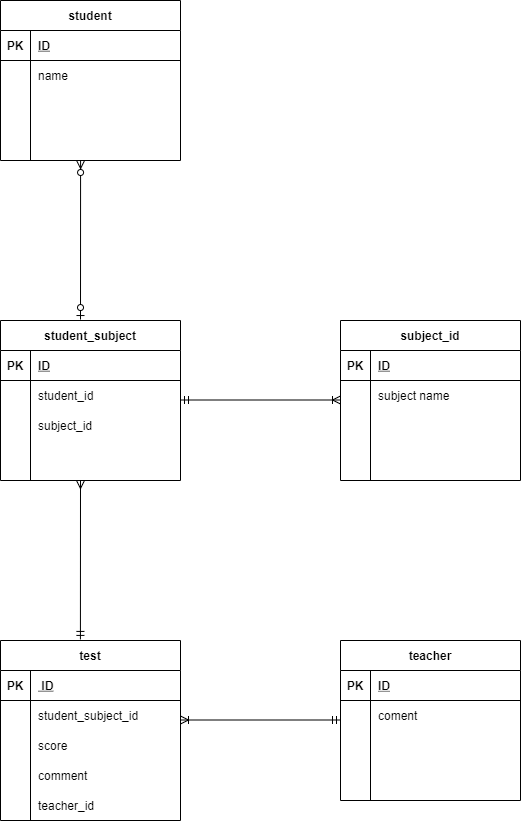
This is 20210716_02ogaki.drawio.png from ryo0709/20210716ogaki, a draw.io export, as it was before one commit. Source tidied: cells renumbered, new cells last; positions are measured from the earlier drawing's top-left corner, leaving out a move shared by most shapes.
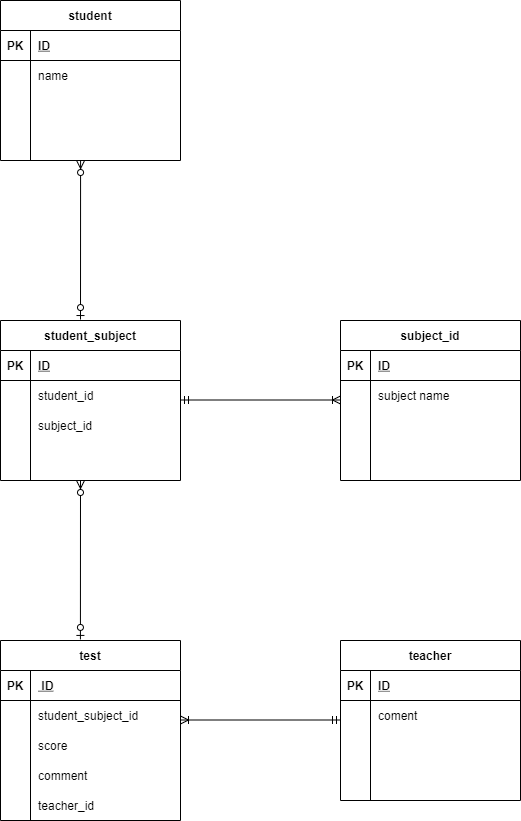
The same file after the commit.

Diff of the diagram source:
```diff
@@ -209,7 +209,7 @@
         <mxPoint x="340" y="719.5" as="targetPoint" />
       </mxGeometry>
     </mxCell>
-    <mxCell id="69" style="endArrow=ERmandOne;html=1;rounded=0;entryX=0.444;entryY=-0.006;entryDx=0;entryDy=0;entryPerimeter=0;endFill=0;startArrow=ERmany;startFill=0;" parent="1" edge="1" target="41">
+    <mxCell id="69" style="endArrow=ERzeroToOne;html=1;rounded=0;entryX=0.444;entryY=-0.006;entryDx=0;entryDy=0;entryPerimeter=0;endFill=1;startArrow=ERzeroToMany;startFill=1;" parent="1" edge="1" target="41">
       <mxGeometry relative="1" as="geometry">
         <mxPoint x="80" y="480" as="sourcePoint" />
       </mxGeometry>
```
